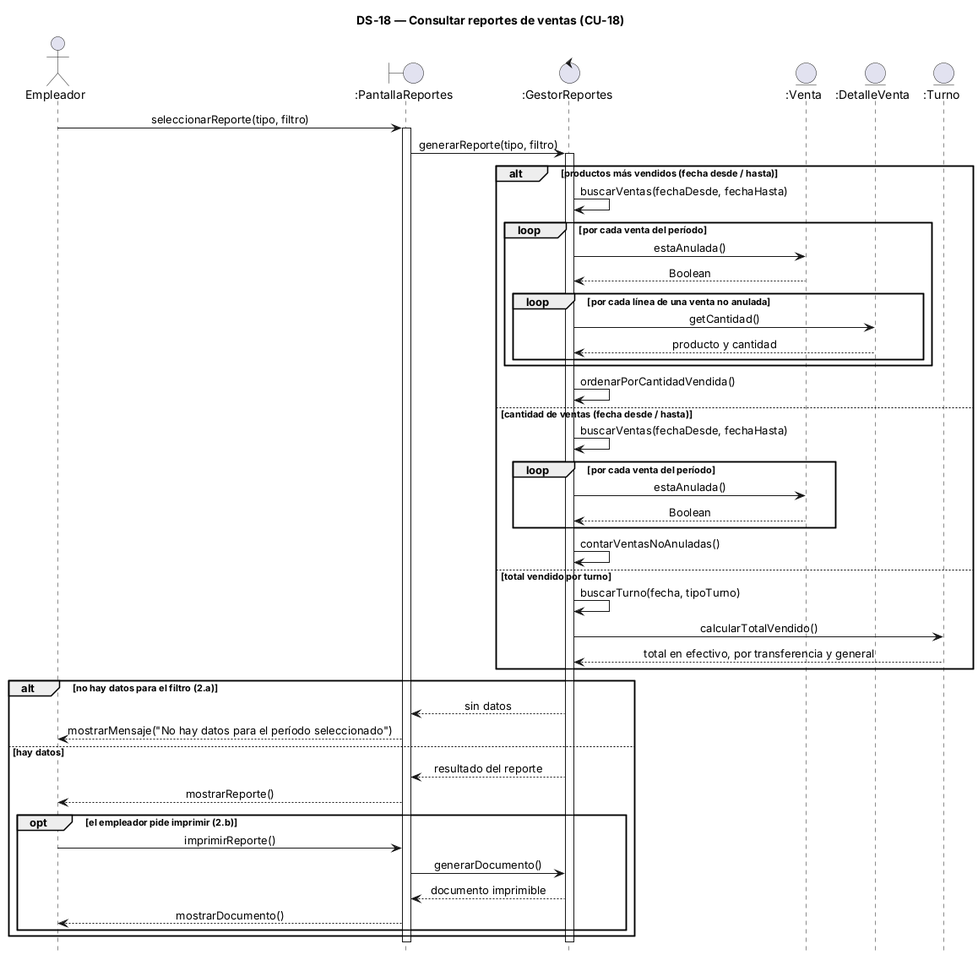
This is 08-Diagrama De Secuencia/DS-18 Consultar reportes de ventas.png from alanbalzaretti123/control-de-stock1, a PlantUML export, as it was before one commit. The source it was exported from:
```plantuml
@startuml
title DS-18 — Consultar reportes de ventas (CU-18)
hide footbox
skinparam sequenceMessageAlign center
skinparam responseMessageBelowArrow true

actor "Empleador" as U
boundary ":PantallaReportes" as P
control ":GestorReportes" as G
entity ":Venta" as V
entity ":DetalleVenta" as D
entity ":Turno" as T

U -> P : seleccionarReporte(tipo, filtro)
activate P
P -> G : generarReporte(tipo, filtro)
activate G

alt productos más vendidos (fecha desde / hasta)
  G -> G : buscarVentas(fechaDesde, fechaHasta)
  loop por cada venta del período
    G -> V : estaAnulada()
    V --> G : Boolean
    loop por cada línea de una venta no anulada
      G -> D : getCantidad()
      D --> G : producto y cantidad
    end
  end
  G -> G : ordenarPorCantidadVendida()
else cantidad de ventas (fecha desde / hasta)
  G -> G : buscarVentas(fechaDesde, fechaHasta)
  loop por cada venta del período
    G -> V : estaAnulada()
    V --> G : Boolean
  end
  G -> G : contarVentasNoAnuladas()
else total vendido por turno
  G -> G : buscarTurno(fecha, tipoTurno)
  G -> T : calcularTotalVendido()
  T --> G : total en efectivo, por transferencia y general
end

alt no hay datos para el filtro (2.a)
  G --> P : sin datos
  P --> U : mostrarMensaje("No hay datos para el período seleccionado")
else hay datos
  G --> P : resultado del reporte
  P --> U : mostrarReporte()
  opt el empleador pide imprimir (2.b)
    U -> P : imprimirReporte()
    P -> G : generarDocumento()
    G --> P : documento imprimible
    P --> U : mostrarDocumento()
  end
end

deactivate G
deactivate P
@enduml
```
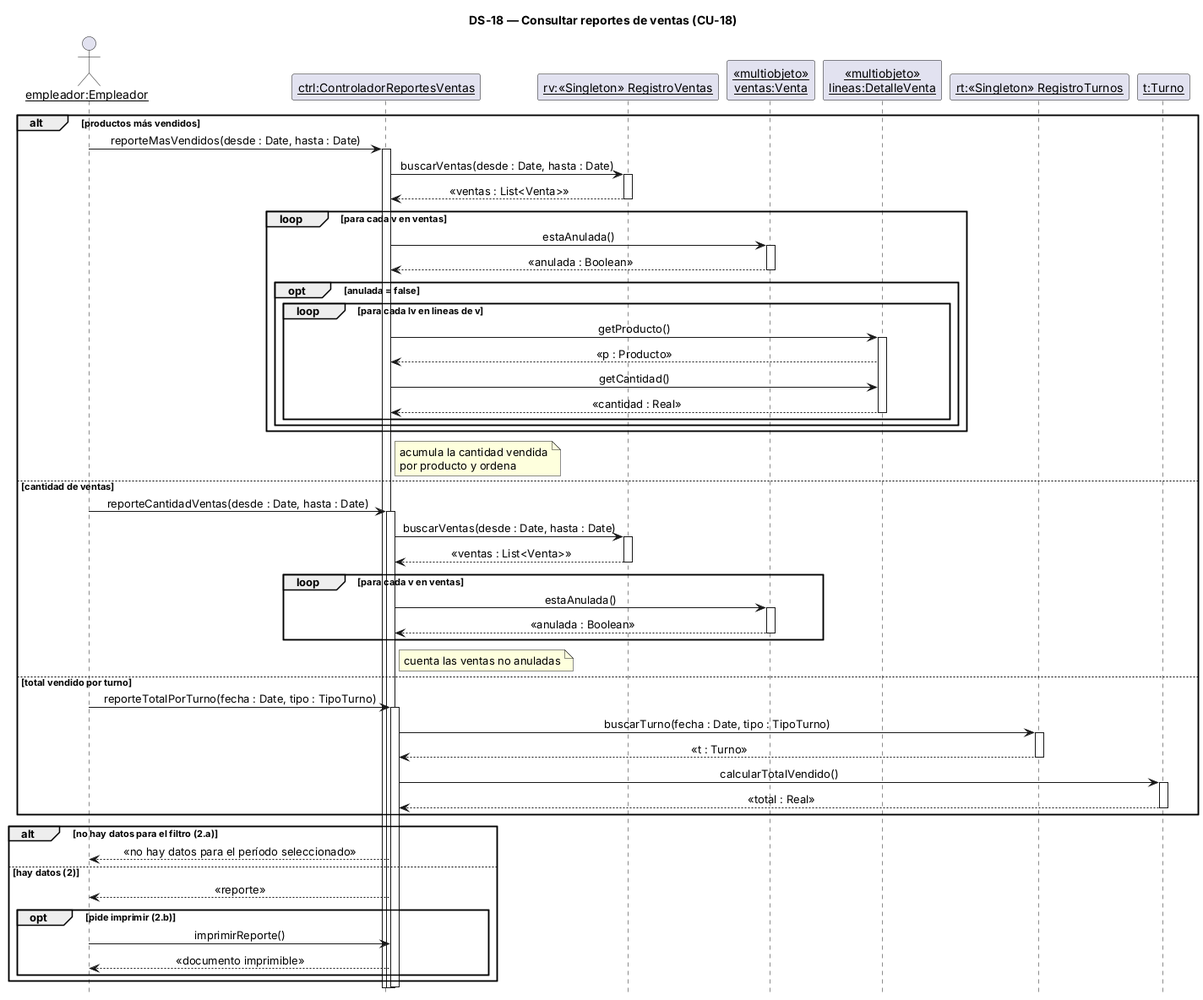
Above is the later version.

Change to the diagram source:
```diff
@@ -3,57 +3,75 @@
 hide footbox
 skinparam sequenceMessageAlign center
 skinparam responseMessageBelowArrow true
+skinparam sequenceParticipant underline
 
-actor "Empleador" as U
-boundary ":PantallaReportes" as P
-control ":GestorReportes" as G
-entity ":Venta" as V
-entity ":DetalleVenta" as D
-entity ":Turno" as T
+actor "empleador:Empleador" as U
+participant "ctrl:ControladorReportesVentas" as C
+participant "rv:«Singleton» RegistroVentas" as RV
+participant "«multiobjeto»\nventas:Venta" as V
+participant "«multiobjeto»\nlineas:DetalleVenta" as LV
+participant "rt:«Singleton» RegistroTurnos" as RT
+participant "t:Turno" as T
 
-U -> P : seleccionarReporte(tipo, filtro)
-activate P
-P -> G : generarReporte(tipo, filtro)
-activate G
-
-alt productos más vendidos (fecha desde / hasta)
-  G -> G : buscarVentas(fechaDesde, fechaHasta)
-  loop por cada venta del período
-    G -> V : estaAnulada()
-    V --> G : Boolean
-    loop por cada línea de una venta no anulada
-      G -> D : getCantidad()
-      D --> G : producto y cantidad
+alt productos más vendidos
+  U -> C : reporteMasVendidos(desde : Date, hasta : Date)
+  activate C
+  C -> RV : buscarVentas(desde : Date, hasta : Date)
+  activate RV
+  RV --> C : «ventas : List<Venta>»
+  deactivate RV
+  loop para cada v en ventas
+    C -> V : estaAnulada()
+    activate V
+    V --> C : «anulada : Boolean»
+    deactivate V
+    opt anulada = false
+      loop para cada lv en lineas de v
+        C -> LV : getProducto()
+        activate LV
+        LV --> C : «p : Producto»
+        C -> LV : getCantidad()
+        LV --> C : «cantidad : Real»
+        deactivate LV
+      end
     end
   end
-  G -> G : ordenarPorCantidadVendida()
-else cantidad de ventas (fecha desde / hasta)
-  G -> G : buscarVentas(fechaDesde, fechaHasta)
-  loop por cada venta del período
-    G -> V : estaAnulada()
-    V --> G : Boolean
+  note right of C : acumula la cantidad vendida\npor producto y ordena
+else cantidad de ventas
+  U -> C : reporteCantidadVentas(desde : Date, hasta : Date)
+  activate C
+  C -> RV : buscarVentas(desde : Date, hasta : Date)
+  activate RV
+  RV --> C : «ventas : List<Venta>»
+  deactivate RV
+  loop para cada v en ventas
+    C -> V : estaAnulada()
+    activate V
+    V --> C : «anulada : Boolean»
+    deactivate V
   end
-  G -> G : contarVentasNoAnuladas()
+  note right of C : cuenta las ventas no anuladas
 else total vendido por turno
-  G -> G : buscarTurno(fecha, tipoTurno)
-  G -> T : calcularTotalVendido()
-  T --> G : total en efectivo, por transferencia y general
+  U -> C : reporteTotalPorTurno(fecha : Date, tipo : TipoTurno)
+  activate C
+  C -> RT : buscarTurno(fecha : Date, tipo : TipoTurno)
+  activate RT
+  RT --> C : «t : Turno»
+  deactivate RT
+  C -> T : calcularTotalVendido()
+  activate T
+  T --> C : «total : Real»
+  deactivate T
 end
 
 alt no hay datos para el filtro (2.a)
-  G --> P : sin datos
-  P --> U : mostrarMensaje("No hay datos para el período seleccionado")
-else hay datos
-  G --> P : resultado del reporte
-  P --> U : mostrarReporte()
-  opt el empleador pide imprimir (2.b)
-    U -> P : imprimirReporte()
-    P -> G : generarDocumento()
-    G --> P : documento imprimible
-    P --> U : mostrarDocumento()
+  C --> U : «no hay datos para el período seleccionado»
+else hay datos (2)
+  C --> U : «reporte»
+  opt pide imprimir (2.b)
+    U -> C : imprimirReporte()
+    C --> U : «documento imprimible»
   end
 end
-
-deactivate G
-deactivate P
+deactivate C
 @enduml
```
